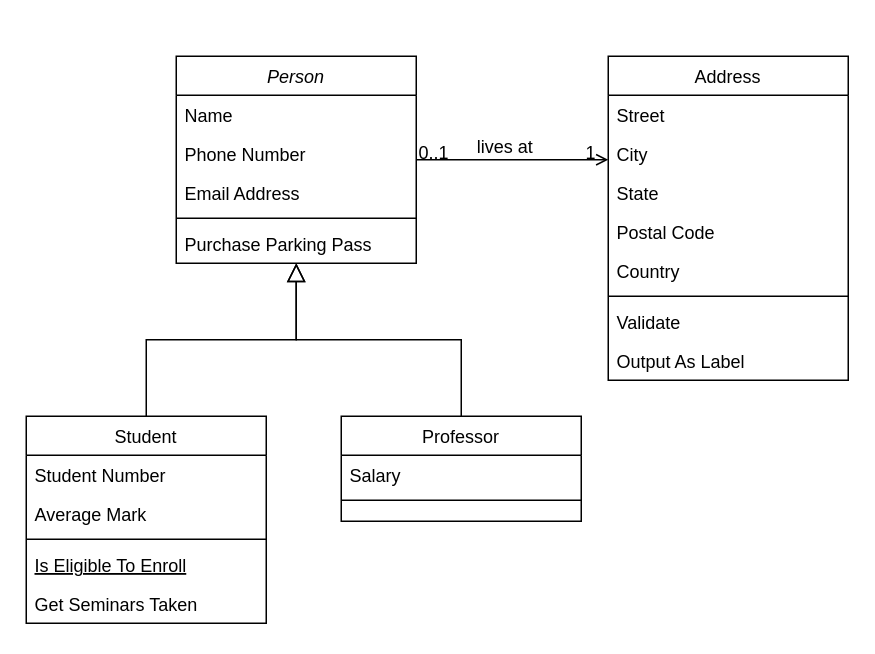
This is drawio_files/11.drawio from frostaag/diagrams-v2, a draw.io file, before an edit. Source tidied: cells renumbered, new cells numbered last; positions are measured from the earlier drawing's top-left corner, leaving out a move shared by most shapes. Both pictures are drawn from the tidied source at 150%, with x=0, y=0 at pixel (26, 56).
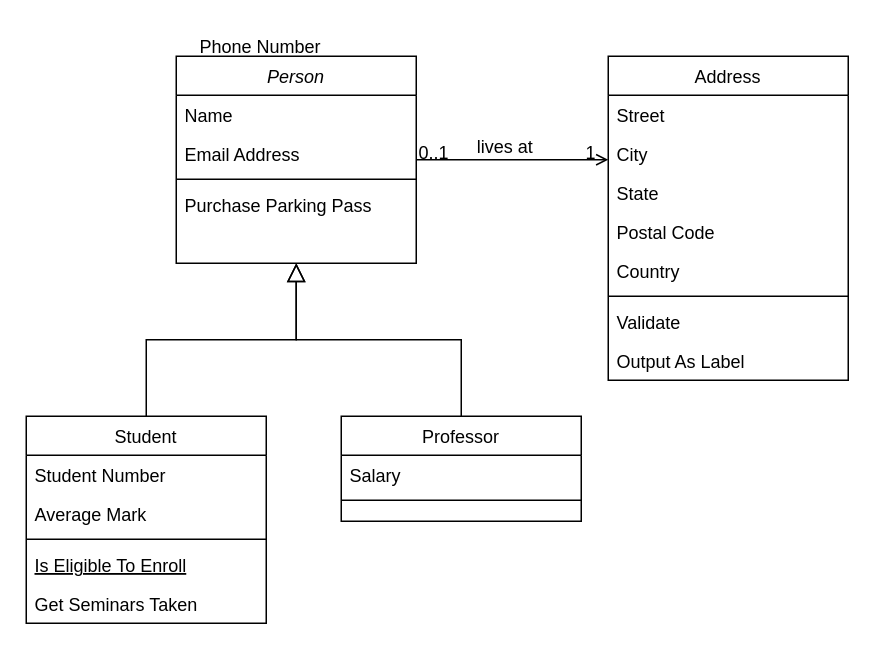
Above is the later version.

The change refers to these unchanged cells:
```xml
<mxCell id="2" value="Person" style="swimlane;fontStyle=2;align=center;verticalAlign=top;horizontal=1;startSize=26;rounded=0;shadow=0;strokeWidth=1;" parent="1" vertex="1">
  <mxGeometry x="100" width="160" height="138" as="geometry" />
</mxCell>
```

Change to the diagram source:
```diff
@@
-    <mxCell id="4" value="Phone Number" style="text;align=left;verticalAlign=top;spacingLeft=4;spacingRight=4;overflow=hidden;rounded=0;shadow=0;html=0;" parent="2" vertex="1">
-      <mxGeometry y="52" width="160" height="26" as="geometry" />
-    </mxCell>
     <mxCell id="5" value="Email Address" style="text;align=left;verticalAlign=top;spacingLeft=4;spacingRight=4;overflow=hidden;rounded=0;shadow=0;html=0;" parent="2" vertex="1">
-      <mxGeometry y="78" width="160" height="26" as="geometry" />
+      <mxGeometry y="52" width="160" height="26" as="geometry" />
     </mxCell>
     <mxCell id="6" style="line;html=1;strokeWidth=1;align=left;verticalAlign=middle;spacingTop=-1;spacingLeft=3;spacingRight=3;labelPosition=right;" parent="2" vertex="1">
-      <mxGeometry y="104" width="160" height="8" as="geometry" />
+      <mxGeometry y="78" width="160" height="8" as="geometry" />
     </mxCell>
     <mxCell id="7" value="Purchase Parking Pass" style="text;align=left;verticalAlign=top;spacingLeft=4;spacingRight=4;overflow=hidden;" parent="2" vertex="1">
-      <mxGeometry y="112" width="160" height="26" as="geometry" />
+      <mxGeometry y="86" width="160" height="26" as="geometry" />
     </mxCell>
@@
+    <mxCell id="4" value="Phone Number" style="text;align=left;verticalAlign=top;spacingLeft=4;spacingRight=4;overflow=hidden;rounded=0;shadow=0;html=0;" parent="1" vertex="1">
+      <mxGeometry x="110" y="-20" width="160" height="26" as="geometry" />
+    </mxCell>
```
